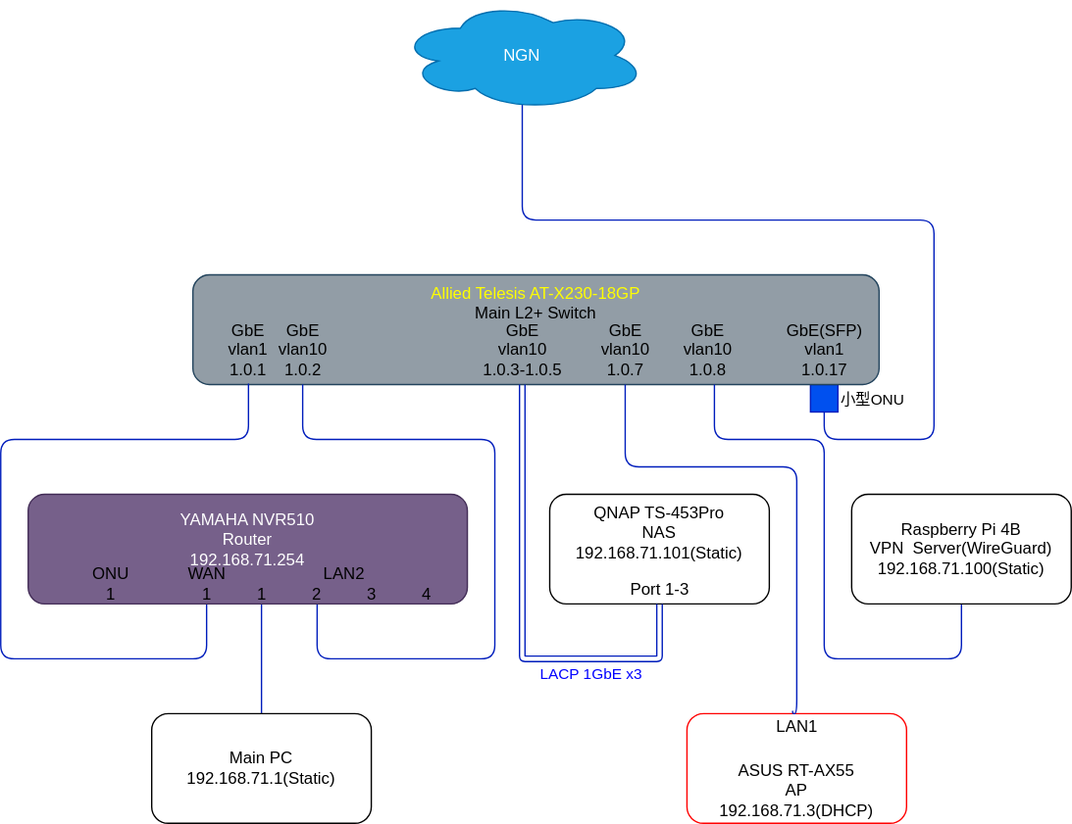
Above: Structure chart/struct.drawio.svg in taka74-1771/1771net_home (draw.io), before the change. Source tidied: cells renumbered, new cells last; positions are measured from the earlier drawing's top-left corner, leaving out a move shared by most shapes.
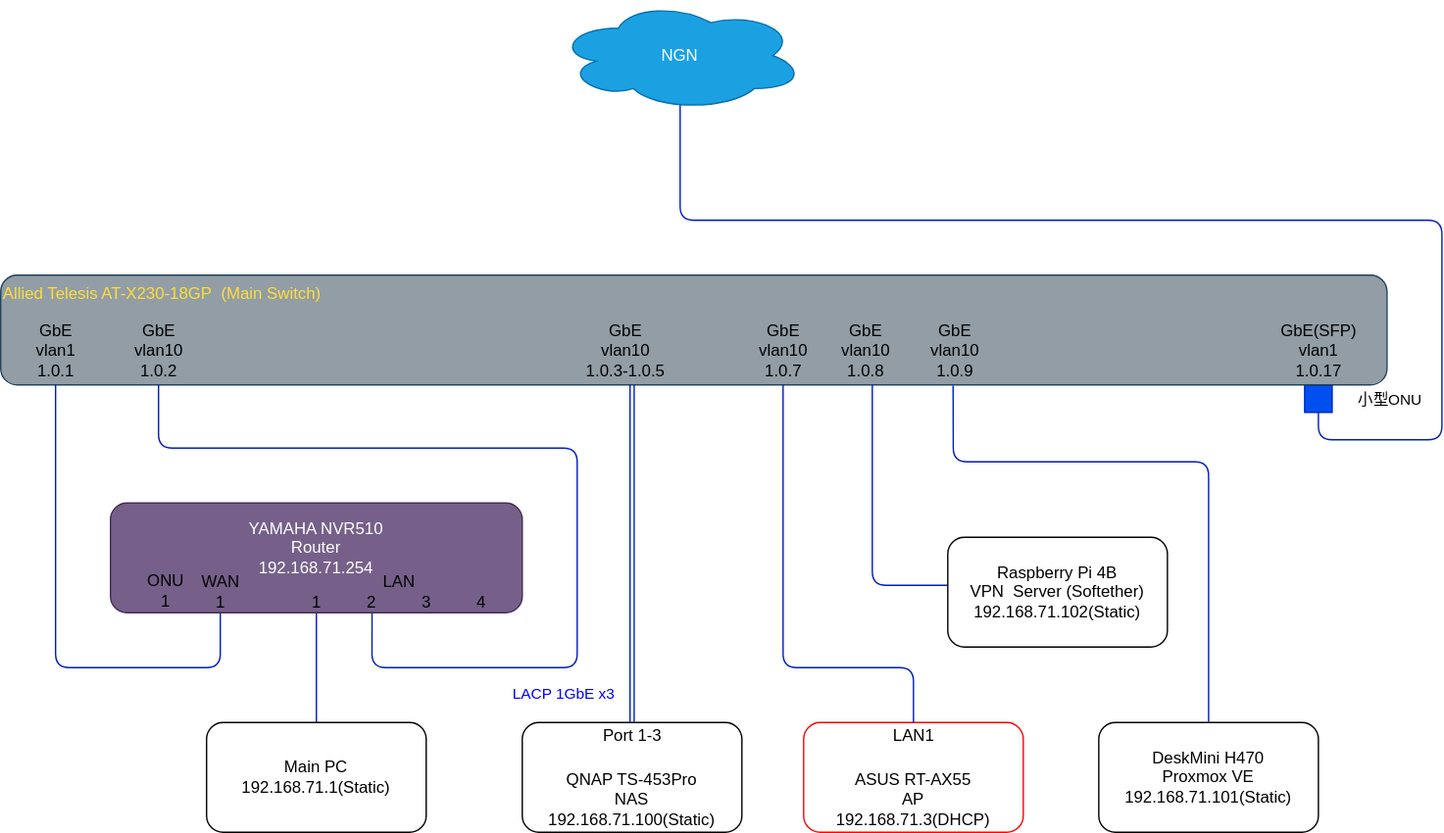
Above is the later version.

Commit message:
Proxmox VEノード追加。IPアドレス振り直し。

What changed in the source:
```diff
@@ -7,9 +7,9 @@
         <mxPoint x="380" y="70" as="sourcePoint" />
         <Array as="points">
           <mxPoint x="380" y="160" />
-          <mxPoint x="680" y="160" />
-          <mxPoint x="680" y="320" />
-          <mxPoint x="600" y="320" />
+          <mxPoint x="935" y="160" />
+          <mxPoint x="935" y="320" />
+          <mxPoint x="845" y="320" />
         </Array>
       </mxGeometry>
     </mxCell>
@@ -22,61 +22,59 @@
       <mxGeometry x="290" width="180" height="80" as="geometry" />
     </mxCell>
     <mxCell id="5" style="rounded=0;whiteSpace=wrap;html=1;fillColor=#0050ef;fontColor=#ffffff;strokeColor=#001DBC;" parent="1" vertex="1">
-      <mxGeometry x="590" y="280" width="20" height="20" as="geometry" />
+      <mxGeometry x="835" y="280" width="20" height="20" as="geometry" />
     </mxCell>
-    <mxCell id="6" value="QNAP TS-453Pro&lt;br&gt;NAS&lt;br&gt;192.168.71.101(Static)" style="rounded=1;whiteSpace=wrap;html=1;verticalAlign=top;" parent="1" vertex="1">
-      <mxGeometry x="400" y="360" width="160" height="80" as="geometry" />
+    <mxCell id="6" value="QNAP TS-453Pro&lt;br&gt;NAS&lt;br&gt;192.168.71.100(Static)" style="rounded=1;whiteSpace=wrap;html=1;verticalAlign=bottom;" parent="1" vertex="1">
+      <mxGeometry x="265" y="526" width="160" height="80" as="geometry" />
     </mxCell>
     <mxCell id="7" style="edgeStyle=orthogonalEdgeStyle;html=1;endArrow=none;endFill=0;entryX=0.143;entryY=0.333;entryDx=0;entryDy=0;entryPerimeter=0;fillColor=#0050ef;strokeColor=#001DBC;" parent="1" edge="1" source="8" target="28">
       <mxGeometry relative="1" as="geometry">
         <Array as="points">
-          <mxPoint x="190" y="420" />
+          <mxPoint x="115" y="420" />
         </Array>
       </mxGeometry>
     </mxCell>
     <mxCell id="8" value="Main PC&lt;br&gt;192.168.71.1(Static)" style="rounded=1;whiteSpace=wrap;html=1;verticalAlign=middle;" parent="1" vertex="1">
-      <mxGeometry x="110" y="520" width="160" height="80" as="geometry" />
+      <mxGeometry x="35" y="526" width="160" height="80" as="geometry" />
     </mxCell>
     <mxCell id="9" value="ASUS RT-AX55&lt;br&gt;AP&lt;br&gt;192.168.71.3(DHCP)" style="rounded=1;whiteSpace=wrap;html=1;verticalAlign=bottom;strokeColor=#FF0000;" parent="1" vertex="1">
-      <mxGeometry x="500" y="520" width="160" height="80" as="geometry" />
+      <mxGeometry x="470" y="526" width="160" height="80" as="geometry" />
     </mxCell>
-    <mxCell id="10" value="&lt;font color=&quot;#ffff00&quot;&gt;Allied Telesis AT-X230-18GP&lt;br&gt;&lt;/font&gt;Main L2+ Switch" style="rounded=1;whiteSpace=wrap;html=1;verticalAlign=top;fillColor=#929DA6;strokeColor=#23445d;" parent="1" vertex="1">
-      <mxGeometry x="140" y="200" width="500" height="80" as="geometry" />
+    <mxCell id="10" value="&lt;div&gt;&lt;span style=&quot;color: rgb(255 , 222 , 56)&quot;&gt;Allied Telesis AT-X230-18GP&amp;nbsp; (Main Switch)&lt;/span&gt;&lt;/div&gt;" style="rounded=1;whiteSpace=wrap;html=1;verticalAlign=top;fillColor=#929DA6;strokeColor=#23445d;align=left;" parent="1" vertex="1">
+      <mxGeometry x="-115" y="200" width="1010" height="80" as="geometry" />
     </mxCell>
     <mxCell id="11" value="GbE(SFP)&lt;br&gt;vlan1&lt;br&gt;1.0.17" style="text;html=1;align=center;verticalAlign=middle;strokeColor=none;fillColor=none;" parent="1" vertex="1">
-      <mxGeometry x="565" y="230" width="70" height="50" as="geometry" />
+      <mxGeometry x="810" y="230" width="70" height="50" as="geometry" />
     </mxCell>
-    <mxCell id="12" style="edgeStyle=orthogonalEdgeStyle;html=1;entryX=0.081;entryY=0.992;entryDx=0;entryDy=0;entryPerimeter=0;endArrow=none;endFill=0;fillColor=#0050ef;strokeColor=#001DBC;" parent="1" edge="1" source="29" target="10">
+    <mxCell id="12" style="edgeStyle=orthogonalEdgeStyle;html=1;endArrow=none;endFill=0;fillColor=#0050ef;strokeColor=#001DBC;" parent="1" edge="1" source="29" target="13">
       <mxGeometry relative="1" as="geometry">
         <Array as="points">
-          <mxPoint x="150" y="480" />
-          <mxPoint y="480" />
-          <mxPoint y="320" />
-          <mxPoint x="180" y="320" />
+          <mxPoint x="45" y="486" />
+          <mxPoint x="-75" y="486" />
         </Array>
       </mxGeometry>
     </mxCell>
     <mxCell id="13" value="GbE&lt;br&gt;vlan1&lt;br&gt;1.0.1" style="text;html=1;align=center;verticalAlign=middle;points=[];strokeColor=none;fillColor=none;" parent="1" vertex="1">
-      <mxGeometry x="160" y="230" width="40" height="50" as="geometry" />
+      <mxGeometry x="-95" y="230" width="40" height="50" as="geometry" />
     </mxCell>
     <mxCell id="14" style="edgeStyle=orthogonalEdgeStyle;html=1;entryX=0.361;entryY=0.991;entryDx=0;entryDy=0;entryPerimeter=0;endArrow=none;endFill=0;fillColor=#0050ef;strokeColor=#001DBC;" parent="1" edge="1" source="15" target="28">
       <mxGeometry relative="1" as="geometry">
         <Array as="points">
-          <mxPoint x="220" y="320" />
-          <mxPoint x="360" y="320" />
-          <mxPoint x="360" y="480" />
-          <mxPoint x="230" y="480" />
+          <mxPoint y="326" />
+          <mxPoint x="305" y="326" />
+          <mxPoint x="305" y="486" />
+          <mxPoint x="156" y="486" />
         </Array>
       </mxGeometry>
     </mxCell>
     <mxCell id="15" value="GbE&lt;br&gt;vlan10&lt;br&gt;1.0.2" style="text;html=1;align=center;verticalAlign=middle;points=[];strokeColor=none;fillColor=none;" parent="1" vertex="1">
-      <mxGeometry x="195" y="230" width="50" height="50" as="geometry" />
+      <mxGeometry x="-25" y="230" width="50" height="50" as="geometry" />
     </mxCell>
-    <mxCell id="16" style="edgeStyle=orthogonalEdgeStyle;html=1;entryX=0.5;entryY=1;entryDx=0;entryDy=0;endArrow=none;endFill=0;shape=link;fillColor=#0050ef;strokeColor=#001DBC;" parent="1" edge="1" source="18" target="6">
+    <mxCell id="16" style="edgeStyle=orthogonalEdgeStyle;html=1;endArrow=none;endFill=0;shape=link;fillColor=#0050ef;strokeColor=#001DBC;width=3;" parent="1" edge="1" source="18" target="6">
       <mxGeometry relative="1" as="geometry">
         <Array as="points">
-          <mxPoint x="380" y="480" />
-          <mxPoint x="480" y="480" />
+          <mxPoint x="345" y="486" />
+          <mxPoint x="345" y="486" />
         </Array>
       </mxGeometry>
     </mxCell>
@@ -86,16 +84,13 @@
       </mxGeometry>
     </mxCell>
     <mxCell id="18" value="GbE&lt;br&gt;vlan10&lt;br&gt;1.0.3-1.0.5" style="text;html=1;align=center;verticalAlign=middle;points=[];strokeColor=none;fillColor=none;" parent="1" vertex="1">
-      <mxGeometry x="345" y="230" width="70" height="50" as="geometry" />
+      <mxGeometry x="305" y="230" width="70" height="50" as="geometry" />
     </mxCell>
-    <mxCell id="19" style="edgeStyle=orthogonalEdgeStyle;html=1;endArrow=none;endFill=0;fillColor=#0050ef;strokeColor=#001DBC;" parent="1" edge="1" source="20">
+    <mxCell id="19" style="edgeStyle=orthogonalEdgeStyle;html=1;endArrow=none;endFill=0;fillColor=#0050ef;strokeColor=#001DBC;" parent="1" edge="1" source="20" target="21">
       <mxGeometry relative="1" as="geometry">
-        <mxPoint x="577" y="518" as="targetPoint" />
         <Array as="points">
-          <mxPoint x="455" y="340" />
-          <mxPoint x="580" y="340" />
-          <mxPoint x="580" y="520" />
-          <mxPoint x="577" y="520" />
+          <mxPoint x="455" y="486" />
+          <mxPoint x="550" y="486" />
         </Array>
       </mxGeometry>
     </mxCell>
@@ -103,38 +98,51 @@
       <mxGeometry x="430" y="230" width="50" height="50" as="geometry" />
     </mxCell>
     <mxCell id="21" value="LAN1" style="text;html=1;align=center;verticalAlign=middle;points=[];strokeColor=none;fillColor=none;" parent="1" vertex="1">
-      <mxGeometry x="555" y="520" width="50" height="20" as="geometry" />
+      <mxGeometry x="525" y="526" width="50" height="20" as="geometry" />
     </mxCell>
     <mxCell id="22" value="Port 1-3" style="text;html=1;align=center;verticalAlign=middle;strokeColor=none;fillColor=none;" parent="1" vertex="1">
-      <mxGeometry x="450" y="420" width="60" height="20" as="geometry" />
+      <mxGeometry x="315" y="526" width="60" height="20" as="geometry" />
     </mxCell>
     <mxCell id="23" value="GbE&lt;br&gt;vlan10&lt;br&gt;1.0.8" style="text;html=1;align=center;verticalAlign=middle;strokeColor=none;fillColor=none;" parent="1" vertex="1">
       <mxGeometry x="490" y="230" width="50" height="50" as="geometry" />
     </mxCell>
-    <mxCell id="24" style="edgeStyle=orthogonalEdgeStyle;html=1;endArrow=none;endFill=0;exitX=0.5;exitY=1;exitDx=0;exitDy=0;fillColor=#0050ef;strokeColor=#001DBC;" parent="1" edge="1" source="25" target="10">
+    <mxCell id="24" style="edgeStyle=orthogonalEdgeStyle;html=1;endArrow=none;endFill=0;fillColor=#0050ef;strokeColor=#001DBC;exitX=0.5;exitY=0;exitDx=0;exitDy=0;" parent="1" edge="1" source="25" target="10">
       <mxGeometry relative="1" as="geometry">
         <Array as="points">
-          <mxPoint x="700" y="480" />
-          <mxPoint x="600" y="480" />
-          <mxPoint x="600" y="320" />
-          <mxPoint x="520" y="320" />
+          <mxPoint x="655" y="426" />
+          <mxPoint x="520" y="426" />
         </Array>
       </mxGeometry>
     </mxCell>
-    <mxCell id="25" value="Raspberry Pi 4B&lt;br&gt;VPN&amp;nbsp; Server(WireGuard)&lt;br&gt;192.168.71.100(Static)" style="rounded=1;whiteSpace=wrap;html=1;verticalAlign=middle;" parent="1" vertex="1">
-      <mxGeometry x="620" y="360" width="160" height="80" as="geometry" />
+    <mxCell id="25" value="Raspberry Pi 4B&lt;br&gt;VPN&amp;nbsp; Server (Softether)&lt;br&gt;192.168.71.102(Static)" style="rounded=1;whiteSpace=wrap;html=1;verticalAlign=middle;" parent="1" vertex="1">
+      <mxGeometry x="575" y="391" width="160" height="80" as="geometry" />
     </mxCell>
     <mxCell id="26" value="YAMAHA NVR510&lt;br&gt;Router&lt;br&gt;&amp;nbsp;192.168.71.254&amp;nbsp;&lt;br&gt;&lt;br&gt;&amp;nbsp;" style="rounded=1;whiteSpace=wrap;html=1;fillColor=#76608a;fontColor=#ffffff;strokeColor=#432D57;" parent="1" vertex="1">
-      <mxGeometry x="20" y="360" width="320" height="80" as="geometry" />
+      <mxGeometry x="-35" y="366" width="300" height="80" as="geometry" />
     </mxCell>
     <mxCell id="27" value="ONU&lt;br&gt;1" style="text;html=1;align=center;verticalAlign=middle;strokeColor=none;fillColor=none;" parent="1" vertex="1">
-      <mxGeometry x="60" y="410" width="40" height="30" as="geometry" />
+      <mxGeometry x="-15" y="415" width="40" height="30" as="geometry" />
     </mxCell>
-    <mxCell id="28" value="LAN2&lt;br&gt;1&amp;nbsp; &amp;nbsp; &amp;nbsp; &amp;nbsp; &amp;nbsp; 2&amp;nbsp; &amp;nbsp; &amp;nbsp; &amp;nbsp; &amp;nbsp; 3&amp;nbsp; &amp;nbsp; &amp;nbsp; &amp;nbsp; &amp;nbsp; 4" style="text;html=1;align=center;verticalAlign=middle;points=[];strokeColor=none;fillColor=none;" parent="1" vertex="1">
-      <mxGeometry x="180" y="410" width="140" height="30" as="geometry" />
+    <mxCell id="28" value="LAN&lt;br&gt;1&amp;nbsp; &amp;nbsp; &amp;nbsp; &amp;nbsp; &amp;nbsp; 2&amp;nbsp; &amp;nbsp; &amp;nbsp; &amp;nbsp; &amp;nbsp; 3&amp;nbsp; &amp;nbsp; &amp;nbsp; &amp;nbsp; &amp;nbsp; 4" style="text;html=1;align=center;verticalAlign=middle;points=[];strokeColor=none;fillColor=none;" parent="1" vertex="1">
+      <mxGeometry x="105" y="416" width="140" height="30" as="geometry" />
     </mxCell>
     <mxCell id="29" value="WAN&lt;br&gt;1" style="text;html=1;align=center;verticalAlign=middle;points=[];strokeColor=none;fillColor=none;" parent="1" vertex="1">
-      <mxGeometry x="130" y="410" width="40" height="30" as="geometry" />
+      <mxGeometry x="25" y="416" width="40" height="30" as="geometry" />
     </mxCell>
+    <mxCell id="30" value="DeskMini H470&lt;br&gt;Proxmox VE&lt;br&gt;192.168.71.101(Static)" style="rounded=1;whiteSpace=wrap;html=1;verticalAlign=middle;" parent="1" vertex="1">
+      <mxGeometry x="685" y="526" width="160" height="80" as="geometry" />
+    </mxCell>
+    <mxCell id="31" style="endArrow=none;html=1;fontColor=#FFDE38;entryX=0.5;entryY=0;entryDx=0;entryDy=0;exitX=0.687;exitY=1.006;exitDx=0;exitDy=0;exitPerimeter=0;fillColor=#0050ef;strokeColor=#001DBC;" parent="1" edge="1" source="10" target="30">
+      <mxGeometry relative="1" as="geometry">
+        <Array as="points">
+          <mxPoint x="579" y="336" />
+          <mxPoint x="675" y="336" />
+          <mxPoint x="765" y="336" />
+        </Array>
+      </mxGeometry>
+    </mxCell>
+    <mxCell id="32" value="GbE&lt;br&gt;vlan10&lt;br&gt;1.0.9" style="text;html=1;align=center;verticalAlign=middle;strokeColor=none;fillColor=none;" parent="1" vertex="1">
+      <mxGeometry x="555" y="230" width="50" height="50" as="geometry" />
+    </mxCell>
   </root>
 </mxGraphModel>
```
